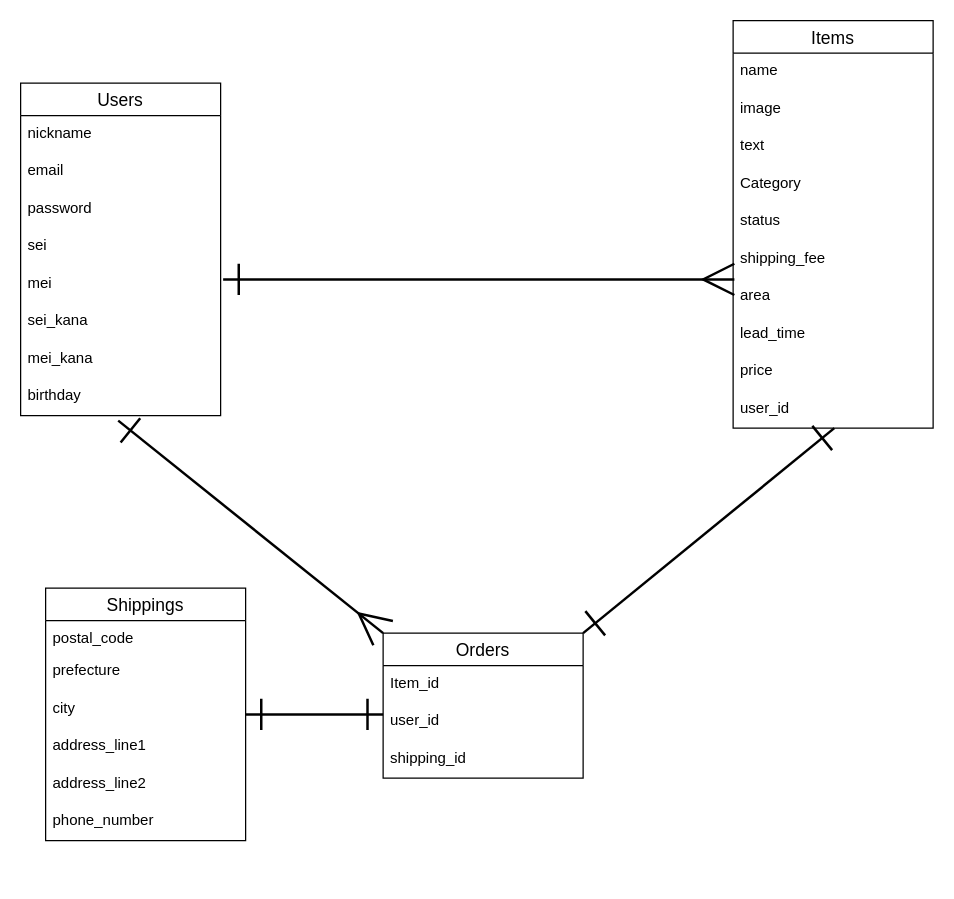
noir108/furima-39270 keeps this draw.io diagram as DB設計.dio. Above is the earlier version. Source tidied: cells renumbered, new cells numbered last; positions are measured from the earlier drawing's top-left corner, leaving out a move shared by most shapes. Both pictures are drawn from the tidied source at 125%, with x=0, y=0 at pixel (20, 20).
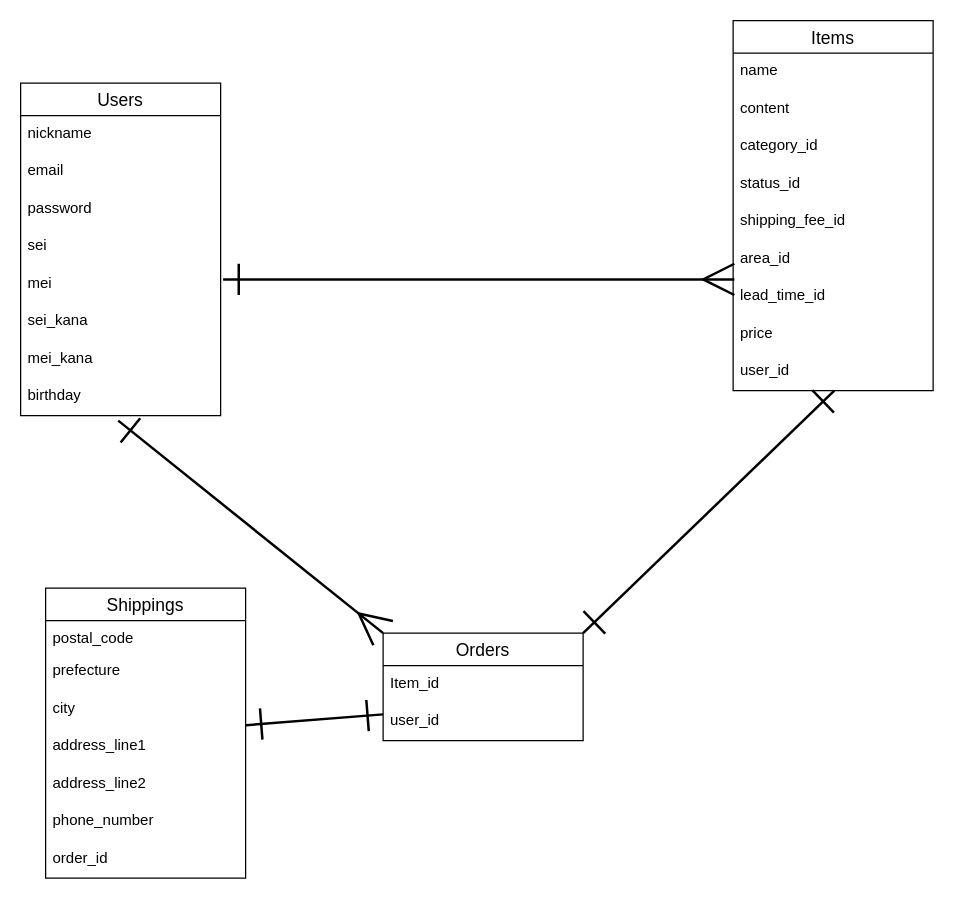
The same page after the edit.

Commit message (it also covers changes not shown here):
DB設計の修正

The edit, as a diff of the source:
```diff
@@
     <mxCell id="3" value="Orders" style="swimlane;fontStyle=0;horizontal=1;startSize=26;align=center;fontSize=14;" parent="1" vertex="1">
-      <mxGeometry x="290" y="490" width="160" height="116" as="geometry" />
+      <mxGeometry x="290" y="490" width="160" height="86" as="geometry" />
     </mxCell>
@@
-    <mxCell id="6" value="shipping_id" style="text;strokeColor=none;fillColor=none;spacingLeft=4;spacingRight=4;overflow=hidden;fontSize=12;" parent="3" vertex="1">
-      <mxGeometry y="86" width="160" height="30" as="geometry" />
-    </mxCell>
     <mxCell id="7" value="Items" style="swimlane;fontStyle=0;horizontal=1;startSize=26;align=center;fontSize=14;" parent="1" vertex="1">
-      <mxGeometry x="570" width="160" height="326" as="geometry" />
+      <mxGeometry x="570" width="160" height="296" as="geometry" />
     </mxCell>
@@
-    <mxCell id="9" value="image" style="text;strokeColor=none;fillColor=none;spacingLeft=4;spacingRight=4;overflow=hidden;fontSize=12;" parent="7" vertex="1">
-      <mxGeometry y="56" width="160" height="30" as="geometry" />
-    </mxCell>
-    <mxCell id="10" value="text" style="text;strokeColor=none;fillColor=none;spacingLeft=4;spacingRight=4;overflow=hidden;fontSize=12;" parent="7" vertex="1">
-      <mxGeometry y="86" width="160" height="30" as="geometry" />
+    <mxCell id="10" value="content" style="text;strokeColor=none;fillColor=none;spacingLeft=4;spacingRight=4;overflow=hidden;fontSize=12;" parent="7" vertex="1">
+      <mxGeometry y="56" width="160" height="30" as="geometry" />
     </mxCell>
-    <mxCell id="11" value="Category" style="text;strokeColor=none;fillColor=none;spacingLeft=4;spacingRight=4;overflow=hidden;fontSize=12;" parent="7" vertex="1">
-      <mxGeometry y="116" width="160" height="30" as="geometry" />
+    <mxCell id="11" value="category_id" style="text;strokeColor=none;fillColor=none;spacingLeft=4;spacingRight=4;overflow=hidden;fontSize=12;" parent="7" vertex="1">
+      <mxGeometry y="86" width="160" height="30" as="geometry" />
     </mxCell>
-    <mxCell id="12" value="status" style="text;strokeColor=none;fillColor=none;spacingLeft=4;spacingRight=4;overflow=hidden;fontSize=12;" parent="7" vertex="1">
-      <mxGeometry y="146" width="160" height="30" as="geometry" />
+    <mxCell id="12" value="status_id" style="text;strokeColor=none;fillColor=none;spacingLeft=4;spacingRight=4;overflow=hidden;fontSize=12;" parent="7" vertex="1">
+      <mxGeometry y="116" width="160" height="30" as="geometry" />
     </mxCell>
-    <mxCell id="13" value="shipping_fee" style="text;strokeColor=none;fillColor=none;spacingLeft=4;spacingRight=4;overflow=hidden;fontSize=12;" parent="7" vertex="1">
-      <mxGeometry y="176" width="160" height="30" as="geometry" />
+    <mxCell id="13" value="shipping_fee_id" style="text;strokeColor=none;fillColor=none;spacingLeft=4;spacingRight=4;overflow=hidden;fontSize=12;" parent="7" vertex="1">
+      <mxGeometry y="146" width="160" height="30" as="geometry" />
     </mxCell>
-    <mxCell id="14" value="area" style="text;strokeColor=none;fillColor=none;spacingLeft=4;spacingRight=4;overflow=hidden;fontSize=12;" parent="7" vertex="1">
-      <mxGeometry y="206" width="160" height="30" as="geometry" />
+    <mxCell id="14" value="area_id" style="text;strokeColor=none;fillColor=none;spacingLeft=4;spacingRight=4;overflow=hidden;fontSize=12;" parent="7" vertex="1">
+      <mxGeometry y="176" width="160" height="30" as="geometry" />
     </mxCell>
-    <mxCell id="15" value="lead_time" style="text;strokeColor=none;fillColor=none;spacingLeft=4;spacingRight=4;overflow=hidden;fontSize=12;" parent="7" vertex="1">
-      <mxGeometry y="236" width="160" height="30" as="geometry" />
+    <mxCell id="15" value="lead_time_id" style="text;strokeColor=none;fillColor=none;spacingLeft=4;spacingRight=4;overflow=hidden;fontSize=12;" parent="7" vertex="1">
+      <mxGeometry y="206" width="160" height="30" as="geometry" />
     </mxCell>
     <mxCell id="16" value="price" style="text;strokeColor=none;fillColor=none;spacingLeft=4;spacingRight=4;overflow=hidden;fontSize=12;" parent="7" vertex="1">
-      <mxGeometry y="266" width="160" height="30" as="geometry" />
+      <mxGeometry y="236" width="160" height="30" as="geometry" />
     </mxCell>
     <mxCell id="17" value="user_id" style="text;strokeColor=none;fillColor=none;spacingLeft=4;spacingRight=4;overflow=hidden;points=[[0,0.5],[1,0.5]];portConstraint=eastwest;fontSize=12;" parent="7" vertex="1">
-      <mxGeometry y="296" width="160" height="30" as="geometry" />
+      <mxGeometry y="266" width="160" height="30" as="geometry" />
     </mxCell>
@@
     <mxCell id="30" value="Shippings" style="swimlane;fontStyle=0;horizontal=1;startSize=26;align=center;fontSize=14;" parent="1" vertex="1">
-      <mxGeometry x="20" y="454" width="160" height="202" as="geometry" />
+      <mxGeometry x="20" y="454" width="160" height="232" as="geometry" />
     </mxCell>
@@
+    <mxCell id="37" value="order_id" style="text;strokeColor=none;fillColor=none;spacingLeft=4;spacingRight=4;overflow=hidden;fontSize=12;" parent="30" vertex="1">
+      <mxGeometry y="202" width="160" height="30" as="geometry" />
+    </mxCell>
```
